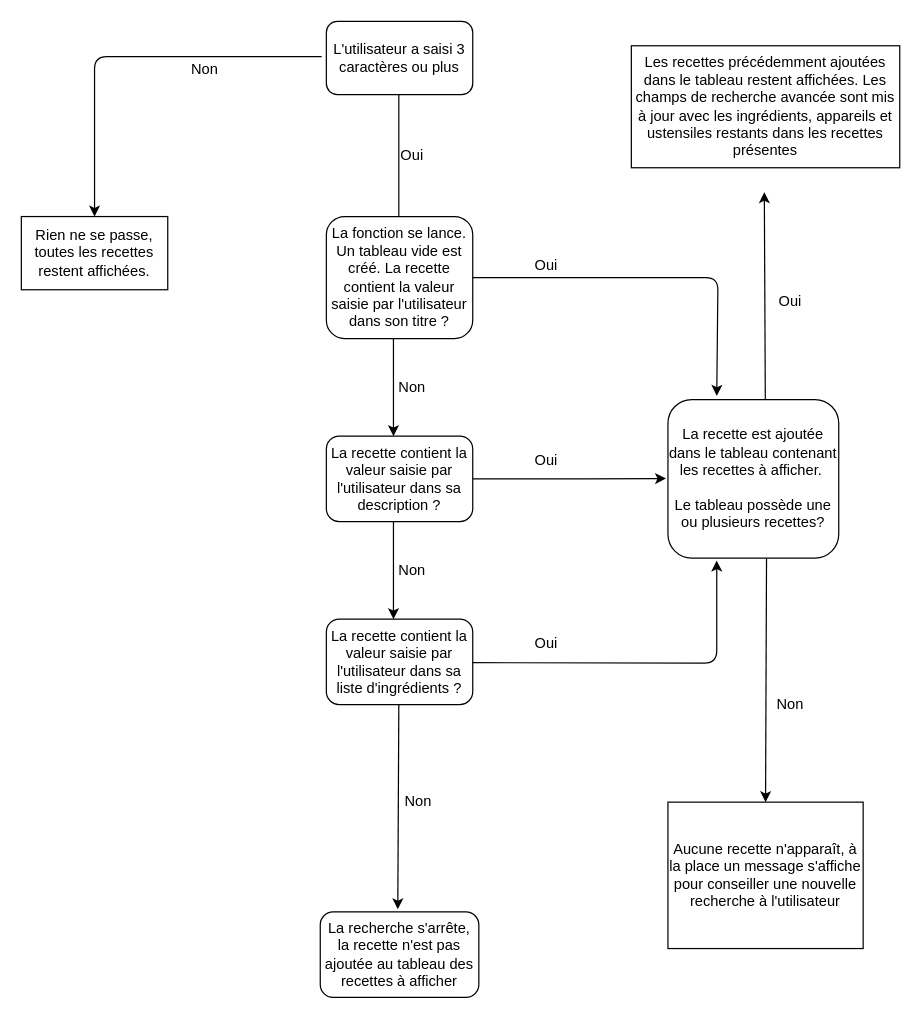
Earlier version of the draw.io diagram Algorithme2.drawio (Ngc1987/Les-petits-plats). Source tidied: cells renumbered, new cells numbered last; positions are measured from the earlier drawing's top-left corner, leaving out a move shared by most shapes. Both pictures are drawn from the tidied source at 122%, with x=0, y=0 at pixel (21, 21).
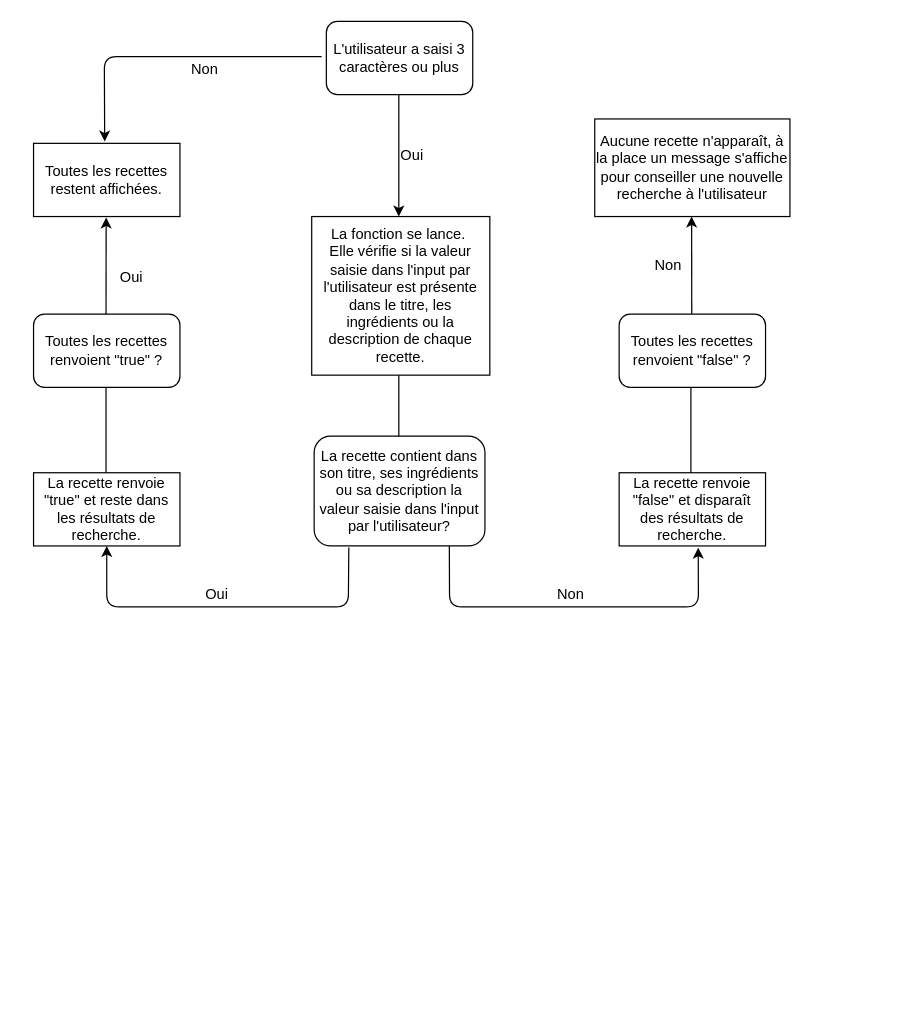
The same page after the edit.

Commit message:
Update diagram of Algorithme1

Unchanged cells that the change refers to:
```xml
<mxCell id="2" value="L'utilisateur a saisi 3 caractères ou plus" style="rounded=1;whiteSpace=wrap;html=1;" parent="1" vertex="1">
  <mxGeometry x="250" width="120" height="60" as="geometry" />
</mxCell>
```

Change to the diagram source:
```diff
@@
     <mxCell id="3" value="Aucune recette n'apparaît, à la place un message s'affiche pour conseiller une nouvelle recherche à l'utilisateur" style="rounded=0;whiteSpace=wrap;html=1;" parent="1" vertex="1">
-      <mxGeometry x="530" y="640" width="160" height="120" as="geometry" />
+      <mxGeometry x="470" y="80" width="160" height="80" as="geometry" />
     </mxCell>
-    <mxCell id="4" style="endArrow=none;html=1;" parent="1" edge="1">
-      <mxGeometry relative="1" as="geometry">
-        <mxPoint x="309.4" y="160" as="sourcePoint" />
-        <mxPoint x="309.4" y="60" as="targetPoint" />
-      </mxGeometry>
-    </mxCell>
-    <mxCell id="5" value="La fonction se lance. Un tableau vide est créé. La recette contient la valeur saisie par l'utilisateur dans son titre ?" style="rounded=1;whiteSpace=wrap;html=1;" parent="1" vertex="1">
-      <mxGeometry x="250" y="160" width="120" height="100" as="geometry" />
-    </mxCell>
-    <mxCell id="6" value="La recette est ajoutée dans le tableau contenant les recettes à afficher.&amp;nbsp;&lt;br&gt;&lt;br&gt;Le tableau possède une ou plusieurs recettes?" style="rounded=1;whiteSpace=wrap;html=1;" parent="1" vertex="1">
-      <mxGeometry x="530" y="310" width="140" height="130" as="geometry" />
-    </mxCell>
-    <mxCell id="7" value="La recette contient la valeur saisie par l'utilisateur dans sa description ?" style="rounded=1;whiteSpace=wrap;html=1;" parent="1" vertex="1">
-      <mxGeometry x="250" y="340" width="120" height="70" as="geometry" />
-    </mxCell>
-    <mxCell id="8" value="La recette contient la valeur saisie par l'utilisateur dans sa liste d'ingrédients ?" style="rounded=1;whiteSpace=wrap;html=1;" parent="1" vertex="1">
-      <mxGeometry x="250" y="490" width="120" height="70" as="geometry" />
-    </mxCell>
-    <mxCell id="9" style="endArrow=classic;html=1;" parent="1" edge="1">
-      <mxGeometry relative="1" as="geometry">
-        <mxPoint x="305" y="260" as="sourcePoint" />
-        <mxPoint x="305" y="340" as="targetPoint" />
-      </mxGeometry>
-    </mxCell>
-    <mxCell id="10" style="endArrow=classic;html=1;" parent="1" edge="1">
-      <mxGeometry relative="1" as="geometry">
-        <mxPoint x="305" y="410" as="sourcePoint" />
-        <mxPoint x="305" y="490" as="targetPoint" />
-      </mxGeometry>
-    </mxCell>
-    <mxCell id="11" value="Non" style="text;html=1;align=center;verticalAlign=middle;strokeColor=none;" parent="1" vertex="1">
-      <mxGeometry x="300" y="290" width="40" height="20" as="geometry" />
-    </mxCell>
-    <mxCell id="12" value="Non" style="text;html=1;align=center;verticalAlign=middle;strokeColor=none;" parent="1" vertex="1">
-      <mxGeometry x="300" y="440" width="40" height="20" as="geometry" />
-    </mxCell>
@@
-    <mxCell id="14" value="La recherche s'arrête, la recette n'est pas ajoutée au tableau des recettes à afficher" style="rounded=1;whiteSpace=wrap;html=1;" parent="1" vertex="1">
-      <mxGeometry x="245" y="730" width="130" height="70" as="geometry" />
-    </mxCell>
-    <mxCell id="15" style="endArrow=classic;html=1;entryX=0.489;entryY=-0.031;entryDx=0;entryDy=0;entryPerimeter=0;" parent="1" edge="1" target="14">
+    <mxCell id="15" style="endArrow=classic;html=1;entryX=0.54;entryY=1.023;entryDx=0;entryDy=0;entryPerimeter=0;" parent="1" edge="1" target="34">
       <mxGeometry relative="1" as="geometry">
-        <mxPoint x="309.4" y="560" as="sourcePoint" />
+        <mxPoint x="350.8" y="430" as="sourcePoint" />
+        <Array as="points">
+          <mxPoint x="351" y="480" />
+          <mxPoint x="555" y="480" />
+        </Array>
       </mxGeometry>
     </mxCell>
-    <mxCell id="16" style="endArrow=classic;html=1;" parent="1" edge="1">
-      <mxGeometry relative="1" as="geometry">
-        <mxPoint x="370" y="210" as="sourcePoint" />
-        <mxPoint x="570" y="307" as="targetPoint" />
-        <Array as="points">
-          <mxPoint x="571" y="210" />
-        </Array>
-      </mxGeometry>
-    </mxCell>
-    <mxCell id="17" style="endArrow=classic;html=1;entryX=-0.011;entryY=0.498;entryDx=0;entryDy=0;entryPerimeter=0;" parent="1" edge="1" target="6">
-      <mxGeometry relative="1" as="geometry">
-        <mxPoint x="370" y="375" as="sourcePoint" />
-        <Array as="points">
-          <mxPoint x="450" y="375" />
-        </Array>
-      </mxGeometry>
-    </mxCell>
-    <mxCell id="18" style="endArrow=classic;html=1;" parent="1" edge="1">
-      <mxGeometry relative="1" as="geometry">
-        <mxPoint x="370" y="525.7" as="sourcePoint" />
-        <mxPoint x="570" y="442" as="targetPoint" />
-        <Array as="points">
-          <mxPoint x="570" y="526" />
-        </Array>
-      </mxGeometry>
-    </mxCell>
-    <mxCell id="19" style="endArrow=classic;html=1;" parent="1" edge="1">
-      <mxGeometry relative="1" as="geometry">
-        <mxPoint x="610.8" y="440" as="sourcePoint" />
-        <mxPoint x="610" y="640" as="targetPoint" />
-      </mxGeometry>
-    </mxCell>
-    <mxCell id="20" value="Non" style="text;html=1;align=center;verticalAlign=middle;strokeColor=none;" parent="1" vertex="1">
-      <mxGeometry x="610" y="550" width="40" height="20" as="geometry" />
-    </mxCell>
-    <mxCell id="21" style="endArrow=classic;html=1;" parent="1" edge="1">
-      <mxGeometry relative="1" as="geometry">
-        <mxPoint x="609.8" y="310" as="sourcePoint" />
-        <mxPoint x="609" y="140" as="targetPoint" />
-      </mxGeometry>
-    </mxCell>
-    <mxCell id="22" value="Non" style="text;html=1;align=center;verticalAlign=middle;strokeColor=none;" parent="1" vertex="1">
-      <mxGeometry x="305" y="630" width="40" height="20" as="geometry" />
-    </mxCell>
-    <mxCell id="23" style="endArrow=classic;html=1;exitX=-0.032;exitY=0.483;exitDx=0;exitDy=0;exitPerimeter=0;entryX=0.5;entryY=0;entryDx=0;entryDy=0;entryPerimeter=0;" parent="1" edge="1" source="2">
+    <mxCell id="23" style="endArrow=classic;html=1;exitX=-0.032;exitY=0.483;exitDx=0;exitDy=0;exitPerimeter=0;entryX=0.486;entryY=-0.026;entryDx=0;entryDy=0;entryPerimeter=0;" parent="1" edge="1" source="2" target="28">
       <mxGeometry relative="1" as="geometry">
-        <mxPoint x="60" y="160" as="targetPoint" />
         <Array as="points">
-          <mxPoint x="60" y="29" />
+          <mxPoint x="68" y="29" />
         </Array>
       </mxGeometry>
     </mxCell>
@@
-    <mxCell id="25" value="Oui" style="text;html=1;align=center;verticalAlign=middle;strokeColor=none;" parent="1" vertex="1">
-      <mxGeometry x="415" y="190" width="30" height="20" as="geometry" />
-    </mxCell>
-    <mxCell id="26" value="Oui" style="text;html=1;align=center;verticalAlign=middle;strokeColor=none;" parent="1" vertex="1">
-      <mxGeometry x="415" y="350" width="30" height="20" as="geometry" />
-    </mxCell>
-    <mxCell id="27" value="Oui" style="text;html=1;align=center;verticalAlign=middle;strokeColor=none;" parent="1" vertex="1">
-      <mxGeometry x="415" y="500" width="30" height="20" as="geometry" />
-    </mxCell>
-    <mxCell id="28" value="&lt;span&gt;Rien ne se passe, toutes les recettes restent affichées.&lt;/span&gt;" style="rounded=0;whiteSpace=wrap;html=1;" parent="1" vertex="1">
-      <mxGeometry y="160" width="120" height="60" as="geometry" />
+    <mxCell id="28" value="&lt;span&gt;Toutes les recettes restent affichées.&lt;/span&gt;" style="rounded=0;whiteSpace=wrap;html=1;" parent="1" vertex="1">
+      <mxGeometry x="10" y="100" width="120" height="60" as="geometry" />
     </mxCell>
-    <mxCell id="29" value="Les recettes précédemment ajoutées dans le tableau restent affichées. Les champs de recherche avancée sont mis à jour avec les ingrédients, appareils et ustensiles restants dans les recettes présentes" style="rounded=0;whiteSpace=wrap;html=1;" parent="1" vertex="1">
-      <mxGeometry x="500" y="20" width="220" height="100" as="geometry" />
-    </mxCell>
-    <mxCell id="30" value="Oui" style="text;html=1;align=center;verticalAlign=middle;strokeColor=none;" parent="1" vertex="1">
-      <mxGeometry x="615" y="220" width="30" height="20" as="geometry" />
-    </mxCell>
+    <mxCell id="31" value="La recette contient dans son titre, ses ingrédients ou sa description la valeur saisie dans l'input par l'utilisateur?" style="rounded=1;whiteSpace=wrap;html=1;" parent="1" vertex="1">
+      <mxGeometry x="240" y="340" width="140" height="90" as="geometry" />
+    </mxCell>
+    <mxCell id="32" style="endArrow=none;html=1;" parent="1" edge="1">
+      <mxGeometry relative="1" as="geometry">
+        <mxPoint x="309.4" y="340" as="sourcePoint" />
+        <mxPoint x="309.4" y="290" as="targetPoint" />
+      </mxGeometry>
+    </mxCell>
+    <mxCell id="33" value="La recette renvoie &quot;true&quot; et reste dans les résultats de recherche." style="rounded=0;whiteSpace=wrap;html=1;" parent="1" vertex="1">
+      <mxGeometry x="10" y="370" width="120" height="60" as="geometry" />
+    </mxCell>
+    <mxCell id="34" value="La recette renvoie &quot;false&quot; et disparaît des résultats de recherche." style="rounded=0;whiteSpace=wrap;html=1;" parent="1" vertex="1">
+      <mxGeometry x="490" y="370" width="120" height="60" as="geometry" />
+    </mxCell>
+    <mxCell id="35" value="&lt;span&gt;La fonction se lance.&amp;nbsp;&lt;/span&gt;&lt;br&gt;&lt;span&gt;Elle vérifie si la valeur saisie dans l'input par l'utilisateur est présente dans le titre, les ingrédients ou la description de chaque recette.&lt;/span&gt;" style="rounded=0;whiteSpace=wrap;html=1;" parent="1" vertex="1">
+      <mxGeometry x="238" y="160" width="146" height="130" as="geometry" />
+    </mxCell>
+    <mxCell id="36" value="Toutes les recettes renvoient &quot;true&quot; ?" style="rounded=1;whiteSpace=wrap;html=1;" parent="1" vertex="1">
+      <mxGeometry x="10" y="240" width="120" height="60" as="geometry" />
+    </mxCell>
+    <mxCell id="37" value="Toutes les recettes renvoient &quot;false&quot; ?" style="rounded=1;whiteSpace=wrap;html=1;" parent="1" vertex="1">
+      <mxGeometry x="490" y="240" width="120" height="60" as="geometry" />
+    </mxCell>
+    <mxCell id="38" style="endArrow=classic;html=1;exitX=0.203;exitY=1.015;exitDx=0;exitDy=0;exitPerimeter=0;" parent="1" edge="1" source="31">
+      <mxGeometry relative="1" as="geometry">
+        <mxPoint x="70" y="430" as="targetPoint" />
+        <Array as="points">
+          <mxPoint x="268" y="480" />
+          <mxPoint x="70" y="480" />
+        </Array>
+      </mxGeometry>
+    </mxCell>
+    <mxCell id="39" style="endArrow=classic;html=1;entryX=0.496;entryY=1.013;entryDx=0;entryDy=0;entryPerimeter=0;" parent="1" edge="1" target="28">
+      <mxGeometry relative="1" as="geometry">
+        <mxPoint x="69.4" y="240" as="sourcePoint" />
+      </mxGeometry>
+    </mxCell>
+    <mxCell id="40" style="endArrow=classic;html=1;exitX=0.496;exitY=-0.007;exitDx=0;exitDy=0;exitPerimeter=0;" parent="1" edge="1" source="37">
+      <mxGeometry relative="1" as="geometry">
+        <mxPoint x="549.4" y="160" as="targetPoint" />
+      </mxGeometry>
+    </mxCell>
+    <mxCell id="41" value="Non" style="text;html=1;align=center;verticalAlign=middle;strokeColor=none;" parent="1" vertex="1">
+      <mxGeometry x="430" y="460" width="40" height="20" as="geometry" />
+    </mxCell>
+    <mxCell id="42" value="Oui" style="text;html=1;align=center;verticalAlign=middle;strokeColor=none;" parent="1" vertex="1">
+      <mxGeometry x="145" y="460" width="30" height="20" as="geometry" />
+    </mxCell>
+    <mxCell id="43" value="Non" style="text;html=1;align=center;verticalAlign=middle;strokeColor=none;" parent="1" vertex="1">
+      <mxGeometry x="510" y="190" width="40" height="20" as="geometry" />
+    </mxCell>
+    <mxCell id="44" style="endArrow=none;html=1;" parent="1" edge="1">
+      <mxGeometry relative="1" as="geometry">
+        <mxPoint x="548.8" y="370" as="sourcePoint" />
+        <mxPoint x="548.8" y="300" as="targetPoint" />
+      </mxGeometry>
+    </mxCell>
+    <mxCell id="45" style="endArrow=none;html=1;" parent="1" edge="1">
+      <mxGeometry relative="1" as="geometry">
+        <mxPoint x="69.4" y="370" as="sourcePoint" />
+        <mxPoint x="69.4" y="300" as="targetPoint" />
+      </mxGeometry>
+    </mxCell>
+    <mxCell id="46" value="Oui" style="text;html=1;align=center;verticalAlign=middle;strokeColor=none;" parent="1" vertex="1">
+      <mxGeometry x="75" y="200" width="30" height="20" as="geometry" />
+    </mxCell>
+    <mxCell id="47" style="endArrow=classic;html=1;" parent="1" edge="1">
+      <mxGeometry relative="1" as="geometry">
+        <mxPoint x="309.4" y="60" as="sourcePoint" />
+        <mxPoint x="309.4" y="160" as="targetPoint" />
+      </mxGeometry>
+    </mxCell>
```
